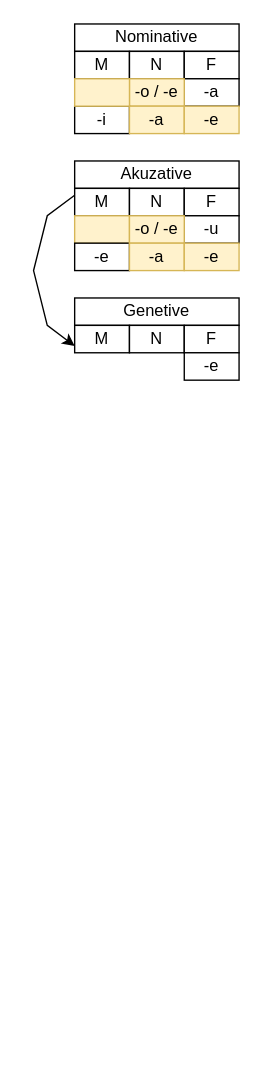
Earlier version of the draw.io diagram padezi.drawio (vlandivir/srpski). Source tidied: cells renumbered, new cells numbered last; positions are measured from the earlier drawing's top-left corner, leaving out a move shared by most shapes. Both pictures are drawn from the tidied source at 137%, with x=0, y=0 at pixel (33, 23).
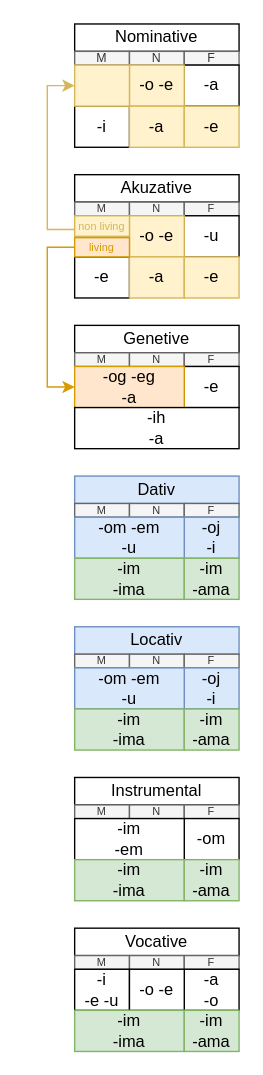
The same page after the edit.

Commit message:
All cases

Change to the diagram source:
```diff
@@
-    <mxCell id="3" value="M" style="rounded=0;whiteSpace=wrap;html=1;" parent="1" vertex="1">
-      <mxGeometry x="30" y="20" width="40" height="20" as="geometry" />
+    <mxCell id="3" value="M" style="rounded=0;whiteSpace=wrap;html=1;fillColor=#f5f5f5;fontColor=#333333;strokeColor=#666666;fontSize=9;" parent="1" vertex="1">
+      <mxGeometry x="30" y="20" width="40" height="10" as="geometry" />
     </mxCell>
-    <mxCell id="4" value="N" style="rounded=0;whiteSpace=wrap;html=1;" parent="1" vertex="1">
-      <mxGeometry x="70" y="20" width="40" height="20" as="geometry" />
+    <mxCell id="4" value="N" style="rounded=0;whiteSpace=wrap;html=1;fillColor=#f5f5f5;fontColor=#333333;strokeColor=#666666;fontSize=9;" parent="1" vertex="1">
+      <mxGeometry x="70" y="20" width="40" height="10" as="geometry" />
     </mxCell>
-    <mxCell id="5" value="F" style="rounded=0;whiteSpace=wrap;html=1;" parent="1" vertex="1">
-      <mxGeometry x="110" y="20" width="40" height="20" as="geometry" />
+    <mxCell id="5" value="F" style="rounded=0;whiteSpace=wrap;html=1;fillColor=#f5f5f5;fontColor=#333333;strokeColor=#666666;fontSize=9;" parent="1" vertex="1">
+      <mxGeometry x="110" y="20" width="40" height="10" as="geometry" />
     </mxCell>
     <mxCell id="6" value="-a" style="rounded=0;whiteSpace=wrap;html=1;" parent="1" vertex="1">
-      <mxGeometry x="110" y="40" width="40" height="20" as="geometry" />
+      <mxGeometry x="110" y="30" width="40" height="30" as="geometry" />
     </mxCell>
-    <mxCell id="7" value="-o / -e" style="rounded=0;whiteSpace=wrap;html=1;fillColor=#fff2cc;strokeColor=#d6b656;" parent="1" vertex="1">
-      <mxGeometry x="70" y="40" width="40" height="20" as="geometry" />
+    <mxCell id="7" value="-o -e" style="rounded=0;whiteSpace=wrap;html=1;fillColor=#fff2cc;strokeColor=#d6b656;" parent="1" vertex="1">
+      <mxGeometry x="70" y="30" width="40" height="30" as="geometry" />
     </mxCell>
     <mxCell id="8" value="-i" style="rounded=0;whiteSpace=wrap;html=1;" parent="1" vertex="1">
-      <mxGeometry x="30" y="60" width="40" height="20" as="geometry" />
+      <mxGeometry x="30" y="60" width="40" height="30" as="geometry" />
     </mxCell>
     <mxCell id="9" style="rounded=0;whiteSpace=wrap;html=1;fillColor=#fff2cc;strokeColor=#d6b656;" parent="1" vertex="1">
-      <mxGeometry x="30" y="40" width="40" height="20" as="geometry" />
+      <mxGeometry x="30" y="30" width="40" height="30" as="geometry" />
     </mxCell>
     <mxCell id="10" value="-a" style="rounded=0;whiteSpace=wrap;html=1;fillColor=#fff2cc;strokeColor=#d6b656;" parent="1" vertex="1">
-      <mxGeometry x="70" y="60" width="40" height="20" as="geometry" />
+      <mxGeometry x="70" y="60" width="40" height="30" as="geometry" />
     </mxCell>
     <mxCell id="11" value="-e" style="rounded=0;whiteSpace=wrap;html=1;fillColor=#fff2cc;strokeColor=#d6b656;" parent="1" vertex="1">
-      <mxGeometry x="110" y="60" width="40" height="20" as="geometry" />
+      <mxGeometry x="110" y="60" width="40" height="30" as="geometry" />
     </mxCell>
     <mxCell id="12" value="Akuzative" style="rounded=0;whiteSpace=wrap;html=1;" parent="1" vertex="1">
-      <mxGeometry x="30" y="100" width="120" height="20" as="geometry" />
+      <mxGeometry x="30" y="110" width="120" height="20" as="geometry" />
     </mxCell>
-    <mxCell id="13" value="M" style="rounded=0;whiteSpace=wrap;html=1;" parent="1" vertex="1">
-      <mxGeometry x="30" y="120" width="40" height="20" as="geometry" />
+    <mxCell id="13" value="M" style="rounded=0;whiteSpace=wrap;html=1;fontSize=8;fillColor=#f5f5f5;fontColor=#333333;strokeColor=#666666;" parent="1" vertex="1">
+      <mxGeometry x="30" y="130" width="40" height="10" as="geometry" />
     </mxCell>
-    <mxCell id="14" value="N" style="rounded=0;whiteSpace=wrap;html=1;" parent="1" vertex="1">
-      <mxGeometry x="70" y="120" width="40" height="20" as="geometry" />
+    <mxCell id="14" value="N" style="rounded=0;whiteSpace=wrap;html=1;fontSize=8;fillColor=#f5f5f5;fontColor=#333333;strokeColor=#666666;" parent="1" vertex="1">
+      <mxGeometry x="70" y="130" width="40" height="10" as="geometry" />
     </mxCell>
-    <mxCell id="15" value="F" style="rounded=0;whiteSpace=wrap;html=1;" parent="1" vertex="1">
-      <mxGeometry x="110" y="120" width="40" height="20" as="geometry" />
+    <mxCell id="15" value="F" style="rounded=0;whiteSpace=wrap;html=1;fontSize=8;fillColor=#f5f5f5;fontColor=#333333;strokeColor=#666666;" parent="1" vertex="1">
+      <mxGeometry x="110" y="130" width="40" height="10" as="geometry" />
     </mxCell>
-    <mxCell id="16" style="rounded=0;whiteSpace=wrap;html=1;fillColor=#fff2cc;strokeColor=#d6b656;" parent="1" vertex="1">
-      <mxGeometry x="30" y="140" width="40" height="20" as="geometry" />
-    </mxCell>
+    <mxCell id="28" style="edgeStyle=orthogonalEdgeStyle;rounded=0;jettySize=auto;html=1;exitX=0;exitY=0.25;exitDx=0;exitDy=0;fillColor=#fff2cc;strokeColor=#d6b656;entryX=0;entryY=0.5;entryDx=0;entryDy=0;" parent="1" edge="1" source="16" target="9">
+      <mxGeometry relative="1" as="geometry">
+        <Array as="points">
+          <mxPoint x="30" y="150" />
+          <mxPoint x="10" y="150" />
+          <mxPoint x="10" y="45" />
+        </Array>
+      </mxGeometry>
+    </mxCell>
     <mxCell id="17" value="-u" style="rounded=0;whiteSpace=wrap;html=1;" parent="1" vertex="1">
-      <mxGeometry x="110" y="140" width="40" height="20" as="geometry" />
+      <mxGeometry x="110" y="140" width="40" height="30" as="geometry" />
     </mxCell>
     <mxCell id="18" value="-e" style="rounded=0;whiteSpace=wrap;html=1;" parent="1" vertex="1">
-      <mxGeometry x="30" y="160" width="40" height="20" as="geometry" />
+      <mxGeometry x="30" y="170" width="40" height="30" as="geometry" />
     </mxCell>
-    <mxCell id="19" value="-o / -e" style="rounded=0;whiteSpace=wrap;html=1;fillColor=#fff2cc;strokeColor=#d6b656;" parent="1" vertex="1">
-      <mxGeometry x="70" y="140" width="40" height="20" as="geometry" />
+    <mxCell id="19" value="-o -e" style="rounded=0;whiteSpace=wrap;html=1;fillColor=#fff2cc;strokeColor=#d6b656;" parent="1" vertex="1">
+      <mxGeometry x="70" y="140" width="40" height="30" as="geometry" />
     </mxCell>
     <mxCell id="20" value="-a" style="rounded=0;whiteSpace=wrap;html=1;fillColor=#fff2cc;strokeColor=#d6b656;" parent="1" vertex="1">
-      <mxGeometry x="70" y="160" width="40" height="20" as="geometry" />
+      <mxGeometry x="70" y="170" width="40" height="30" as="geometry" />
     </mxCell>
     <mxCell id="21" value="-e" style="rounded=0;whiteSpace=wrap;html=1;fillColor=#fff2cc;strokeColor=#d6b656;" parent="1" vertex="1">
-      <mxGeometry x="110" y="160" width="40" height="20" as="geometry" />
+      <mxGeometry x="110" y="170" width="40" height="30" as="geometry" />
     </mxCell>
     <mxCell id="22" value="Genetive" style="rounded=0;whiteSpace=wrap;html=1;" parent="1" vertex="1">
-      <mxGeometry x="30" y="200" width="120" height="20" as="geometry" />
+      <mxGeometry x="30" y="220" width="120" height="20" as="geometry" />
     </mxCell>
-    <mxCell id="23" value="M" style="rounded=0;whiteSpace=wrap;html=1;" parent="1" vertex="1">
-      <mxGeometry x="30" y="220" width="40" height="20" as="geometry" />
+    <mxCell id="23" value="M" style="rounded=0;whiteSpace=wrap;html=1;fontSize=8;fillColor=#f5f5f5;fontColor=#333333;strokeColor=#666666;" parent="1" vertex="1">
+      <mxGeometry x="30" y="240" width="40" height="10" as="geometry" />
     </mxCell>
-    <mxCell id="24" value="N" style="rounded=0;whiteSpace=wrap;html=1;" parent="1" vertex="1">
-      <mxGeometry x="70" y="220" width="40" height="20" as="geometry" />
+    <mxCell id="24" value="N" style="rounded=0;whiteSpace=wrap;html=1;fontSize=8;fillColor=#f5f5f5;fontColor=#333333;strokeColor=#666666;" parent="1" vertex="1">
+      <mxGeometry x="70" y="240" width="40" height="10" as="geometry" />
     </mxCell>
-    <mxCell id="25" value="F" style="rounded=0;whiteSpace=wrap;html=1;" parent="1" vertex="1">
-      <mxGeometry x="110" y="220" width="40" height="20" as="geometry" />
+    <mxCell id="25" value="F" style="rounded=0;whiteSpace=wrap;html=1;fontSize=8;fillColor=#f5f5f5;fontColor=#333333;strokeColor=#666666;" parent="1" vertex="1">
+      <mxGeometry x="110" y="240" width="40" height="10" as="geometry" />
     </mxCell>
     <mxCell id="26" value="-e" style="rounded=0;whiteSpace=wrap;html=1;" parent="1" vertex="1">
-      <mxGeometry x="110" y="240" width="40" height="20" as="geometry" />
+      <mxGeometry x="110" y="250" width="40" height="30" as="geometry" />
     </mxCell>
-    <mxCell id="27" style="endArrow=classic;html=1;rounded=0;exitX=0;exitY=0.25;exitDx=0;exitDy=0;entryX=0;entryY=0.75;entryDx=0;entryDy=0;" parent="1" edge="1" source="13" target="23">
-      <mxGeometry relative="1" as="geometry">
-        <Array as="points">
-          <mxPoint x="10" y="140" />
-          <mxPoint y="180" />
-          <mxPoint x="10" y="220" />
-        </Array>
-      </mxGeometry>
-    </mxCell>
+    <mxCell id="29" value="-og -eg&lt;br&gt;-a" style="rounded=0;whiteSpace=wrap;html=1;fillColor=#ffe6cc;strokeColor=#d79b00;" parent="1" vertex="1">
+      <mxGeometry x="30" y="250" width="80" height="30" as="geometry" />
+    </mxCell>
+    <mxCell id="16" value="non living" style="rounded=0;whiteSpace=wrap;html=1;fillColor=#fff2cc;strokeColor=#d6b656;fontSize=8;fontColor=#d6b656;" parent="1" vertex="1">
+      <mxGeometry x="30" y="140" width="40" height="15" as="geometry" />
+    </mxCell>
+    <mxCell id="30" style="edgeStyle=orthogonalEdgeStyle;rounded=0;jettySize=auto;html=1;exitX=0;exitY=0.5;exitDx=0;exitDy=0;entryX=0;entryY=0.5;entryDx=0;entryDy=0;fillColor=#ffe6cc;strokeColor=#d79b00;" parent="1" edge="1" source="31" target="29">
+      <mxGeometry relative="1" as="geometry" />
+    </mxCell>
+    <mxCell id="31" value="living" style="rounded=0;whiteSpace=wrap;html=1;fillColor=#ffe6cc;strokeColor=#d79b00;fontSize=8;fontColor=#d79c00;" parent="1" vertex="1">
+      <mxGeometry x="30" y="156" width="40" height="14" as="geometry" />
+    </mxCell>
+    <mxCell id="32" value="-ih&lt;br&gt;-a" style="rounded=0;whiteSpace=wrap;html=1;" parent="1" vertex="1">
+      <mxGeometry x="30" y="280" width="120" height="30" as="geometry" />
+    </mxCell>
+    <mxCell id="33" value="Dativ" style="rounded=0;whiteSpace=wrap;html=1;fillColor=#dae8fc;strokeColor=#6c8ebf;" parent="1" vertex="1">
+      <mxGeometry x="30" y="330" width="120" height="20" as="geometry" />
+    </mxCell>
+    <mxCell id="34" value="M" style="rounded=0;whiteSpace=wrap;html=1;fontSize=8;fillColor=#f5f5f5;fontColor=#333333;strokeColor=#666666;" parent="1" vertex="1">
+      <mxGeometry x="30" y="350" width="40" height="10" as="geometry" />
+    </mxCell>
+    <mxCell id="35" value="N" style="rounded=0;whiteSpace=wrap;html=1;fontSize=8;fillColor=#f5f5f5;fontColor=#333333;strokeColor=#666666;" parent="1" vertex="1">
+      <mxGeometry x="70" y="350" width="40" height="10" as="geometry" />
+    </mxCell>
+    <mxCell id="36" value="F" style="rounded=0;whiteSpace=wrap;html=1;fontSize=8;fillColor=#f5f5f5;fontColor=#333333;strokeColor=#666666;" parent="1" vertex="1">
+      <mxGeometry x="110" y="350" width="40" height="10" as="geometry" />
+    </mxCell>
+    <mxCell id="37" value="-oj&lt;br&gt;-i" style="rounded=0;whiteSpace=wrap;html=1;fillColor=#dae8fc;strokeColor=#6c8ebf;" parent="1" vertex="1">
+      <mxGeometry x="110" y="360" width="40" height="30" as="geometry" />
+    </mxCell>
+    <mxCell id="38" value="-om -em&lt;br&gt;-u" style="rounded=0;whiteSpace=wrap;html=1;fillColor=#dae8fc;strokeColor=#6c8ebf;" parent="1" vertex="1">
+      <mxGeometry x="30" y="360" width="80" height="30" as="geometry" />
+    </mxCell>
+    <mxCell id="39" value="-im&lt;br&gt;-ima" style="rounded=0;whiteSpace=wrap;html=1;fillColor=#d5e8d4;strokeColor=#82b366;" parent="1" vertex="1">
+      <mxGeometry x="30" y="390" width="80" height="30" as="geometry" />
+    </mxCell>
+    <mxCell id="40" value="-im&lt;br&gt;-ama" style="rounded=0;whiteSpace=wrap;html=1;fillColor=#d5e8d4;strokeColor=#82b366;" parent="1" vertex="1">
+      <mxGeometry x="110" y="390" width="40" height="30" as="geometry" />
+    </mxCell>
+    <mxCell id="41" value="Locativ" style="rounded=0;whiteSpace=wrap;html=1;fillColor=#dae8fc;strokeColor=#6c8ebf;" parent="1" vertex="1">
+      <mxGeometry x="30" y="440" width="120" height="20" as="geometry" />
+    </mxCell>
+    <mxCell id="42" value="M" style="rounded=0;whiteSpace=wrap;html=1;fontSize=8;fillColor=#f5f5f5;fontColor=#333333;strokeColor=#666666;" parent="1" vertex="1">
+      <mxGeometry x="30" y="460" width="40" height="10" as="geometry" />
+    </mxCell>
+    <mxCell id="43" value="N" style="rounded=0;whiteSpace=wrap;html=1;fontSize=8;fillColor=#f5f5f5;fontColor=#333333;strokeColor=#666666;" parent="1" vertex="1">
+      <mxGeometry x="70" y="460" width="40" height="10" as="geometry" />
+    </mxCell>
+    <mxCell id="44" value="F" style="rounded=0;whiteSpace=wrap;html=1;fontSize=8;fillColor=#f5f5f5;fontColor=#333333;strokeColor=#666666;" parent="1" vertex="1">
+      <mxGeometry x="110" y="460" width="40" height="10" as="geometry" />
+    </mxCell>
+    <mxCell id="45" value="-oj&lt;br&gt;-i" style="rounded=0;whiteSpace=wrap;html=1;fillColor=#dae8fc;strokeColor=#6c8ebf;" parent="1" vertex="1">
+      <mxGeometry x="110" y="470" width="40" height="30" as="geometry" />
+    </mxCell>
+    <mxCell id="46" value="-om -em&lt;br&gt;-u" style="rounded=0;whiteSpace=wrap;html=1;fillColor=#dae8fc;strokeColor=#6c8ebf;" parent="1" vertex="1">
+      <mxGeometry x="30" y="470" width="80" height="30" as="geometry" />
+    </mxCell>
+    <mxCell id="47" value="-im&lt;br&gt;-ima" style="rounded=0;whiteSpace=wrap;html=1;fillColor=#d5e8d4;strokeColor=#82b366;" parent="1" vertex="1">
+      <mxGeometry x="30" y="500" width="80" height="30" as="geometry" />
+    </mxCell>
+    <mxCell id="48" value="-im&lt;br&gt;-ama" style="rounded=0;whiteSpace=wrap;html=1;fillColor=#d5e8d4;strokeColor=#82b366;" parent="1" vertex="1">
+      <mxGeometry x="110" y="500" width="40" height="30" as="geometry" />
+    </mxCell>
+    <mxCell id="49" value="Instrumental" style="rounded=0;whiteSpace=wrap;html=1;" parent="1" vertex="1">
+      <mxGeometry x="30" y="550" width="120" height="20" as="geometry" />
+    </mxCell>
+    <mxCell id="50" value="M" style="rounded=0;whiteSpace=wrap;html=1;fontSize=8;fillColor=#f5f5f5;fontColor=#333333;strokeColor=#666666;" parent="1" vertex="1">
+      <mxGeometry x="30" y="570" width="40" height="10" as="geometry" />
+    </mxCell>
+    <mxCell id="51" value="N" style="rounded=0;whiteSpace=wrap;html=1;fontSize=8;fillColor=#f5f5f5;fontColor=#333333;strokeColor=#666666;" parent="1" vertex="1">
+      <mxGeometry x="70" y="570" width="40" height="10" as="geometry" />
+    </mxCell>
+    <mxCell id="52" value="F" style="rounded=0;whiteSpace=wrap;html=1;fontSize=8;fillColor=#f5f5f5;fontColor=#333333;strokeColor=#666666;" parent="1" vertex="1">
+      <mxGeometry x="110" y="570" width="40" height="10" as="geometry" />
+    </mxCell>
+    <mxCell id="53" value="-om" style="rounded=0;whiteSpace=wrap;html=1;" parent="1" vertex="1">
+      <mxGeometry x="110" y="580" width="40" height="30" as="geometry" />
+    </mxCell>
+    <mxCell id="54" value="-im&lt;br&gt;-em" style="rounded=0;whiteSpace=wrap;html=1;" parent="1" vertex="1">
+      <mxGeometry x="30" y="580" width="80" height="30" as="geometry" />
+    </mxCell>
+    <mxCell id="55" value="-im&lt;br&gt;-ima" style="rounded=0;whiteSpace=wrap;html=1;fillColor=#d5e8d4;strokeColor=#82b366;" parent="1" vertex="1">
+      <mxGeometry x="30" y="610" width="80" height="30" as="geometry" />
+    </mxCell>
+    <mxCell id="56" value="-im&lt;br&gt;-ama" style="rounded=0;whiteSpace=wrap;html=1;fillColor=#d5e8d4;strokeColor=#82b366;" parent="1" vertex="1">
+      <mxGeometry x="110" y="610" width="40" height="30" as="geometry" />
+    </mxCell>
+    <mxCell id="57" value="Vocative" style="rounded=0;whiteSpace=wrap;html=1;" parent="1" vertex="1">
+      <mxGeometry x="30" y="660" width="120" height="20" as="geometry" />
+    </mxCell>
+    <mxCell id="58" value="M" style="rounded=0;whiteSpace=wrap;html=1;fontSize=8;fillColor=#f5f5f5;fontColor=#333333;strokeColor=#666666;" parent="1" vertex="1">
+      <mxGeometry x="30" y="680" width="40" height="10" as="geometry" />
+    </mxCell>
+    <mxCell id="59" value="N" style="rounded=0;whiteSpace=wrap;html=1;fontSize=8;fillColor=#f5f5f5;fontColor=#333333;strokeColor=#666666;" parent="1" vertex="1">
+      <mxGeometry x="70" y="680" width="40" height="10" as="geometry" />
+    </mxCell>
+    <mxCell id="60" value="F" style="rounded=0;whiteSpace=wrap;html=1;fontSize=8;fillColor=#f5f5f5;fontColor=#333333;strokeColor=#666666;" parent="1" vertex="1">
+      <mxGeometry x="110" y="680" width="40" height="10" as="geometry" />
+    </mxCell>
+    <mxCell id="61" value="-a&lt;br&gt;-o" style="rounded=0;whiteSpace=wrap;html=1;" parent="1" vertex="1">
+      <mxGeometry x="110" y="690" width="40" height="30" as="geometry" />
+    </mxCell>
+    <mxCell id="62" value="-i&lt;br&gt;-e -u" style="rounded=0;whiteSpace=wrap;html=1;" parent="1" vertex="1">
+      <mxGeometry x="30" y="690" width="40" height="30" as="geometry" />
+    </mxCell>
+    <mxCell id="63" value="-o -e" style="rounded=0;whiteSpace=wrap;html=1;" parent="1" vertex="1">
+      <mxGeometry x="70" y="690" width="40" height="30" as="geometry" />
+    </mxCell>
+    <mxCell id="64" value="-im&lt;br&gt;-ima" style="rounded=0;whiteSpace=wrap;html=1;fillColor=#d5e8d4;strokeColor=#82b366;" parent="1" vertex="1">
+      <mxGeometry x="30" y="720" width="80" height="30" as="geometry" />
+    </mxCell>
+    <mxCell id="65" value="-im&lt;br&gt;-ama" style="rounded=0;whiteSpace=wrap;html=1;fillColor=#d5e8d4;strokeColor=#82b366;" parent="1" vertex="1">
+      <mxGeometry x="110" y="720" width="40" height="30" as="geometry" />
+    </mxCell>
```
